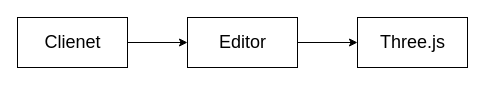
This is packages/依赖隔离模式/story_before/UML.drawio from yyc-git/3DProgramPattern, a draw.io file, before an edit. Source tidied: cells renumbered, new cells numbered last; positions are measured from the earlier drawing's top-left corner, leaving out a move shared by most shapes. Both pictures are drawn from the tidied source at 100%, with x=0, y=0 at pixel (17, 17).
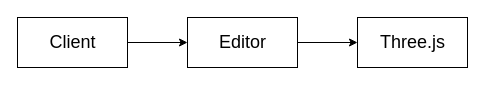
The same page after the edit.

The edit, as a diff of the source:
```diff
@@
 <mxGraphModel>
   <root>
     <mxCell id="0" />
     <mxCell id="1" parent="0" />
     <mxCell id="2" style="edgeStyle=orthogonalEdgeStyle;rounded=0;jettySize=auto;html=1;entryX=0;entryY=0.5;entryDx=0;entryDy=0;" parent="1" edge="1" source="3" target="4">
       <mxGeometry relative="1" as="geometry" />
     </mxCell>
     <mxCell id="3" value="Editor" style="html=1;fontSize=18;" parent="1" vertex="1">
       <mxGeometry x="170" width="110" height="50" as="geometry" />
     </mxCell>
     <mxCell id="4" value="Three.js" style="html=1;fontSize=18;" parent="1" vertex="1">
       <mxGeometry x="340" width="110" height="50" as="geometry" />
     </mxCell>
     <mxCell id="5" style="edgeStyle=orthogonalEdgeStyle;rounded=0;jettySize=auto;html=1;entryX=0;entryY=0.5;entryDx=0;entryDy=0;" parent="1" edge="1" source="6" target="3">
       <mxGeometry relative="1" as="geometry" />
     </mxCell>
-    <mxCell id="6" value="Clienet" style="html=1;fontSize=18;" parent="1" vertex="1">
+    <mxCell id="6" value="Client" style="html=1;fontSize=18;" parent="1" vertex="1">
       <mxGeometry width="110" height="50" as="geometry" />
     </mxCell>
   </root>
 </mxGraphModel>
```
